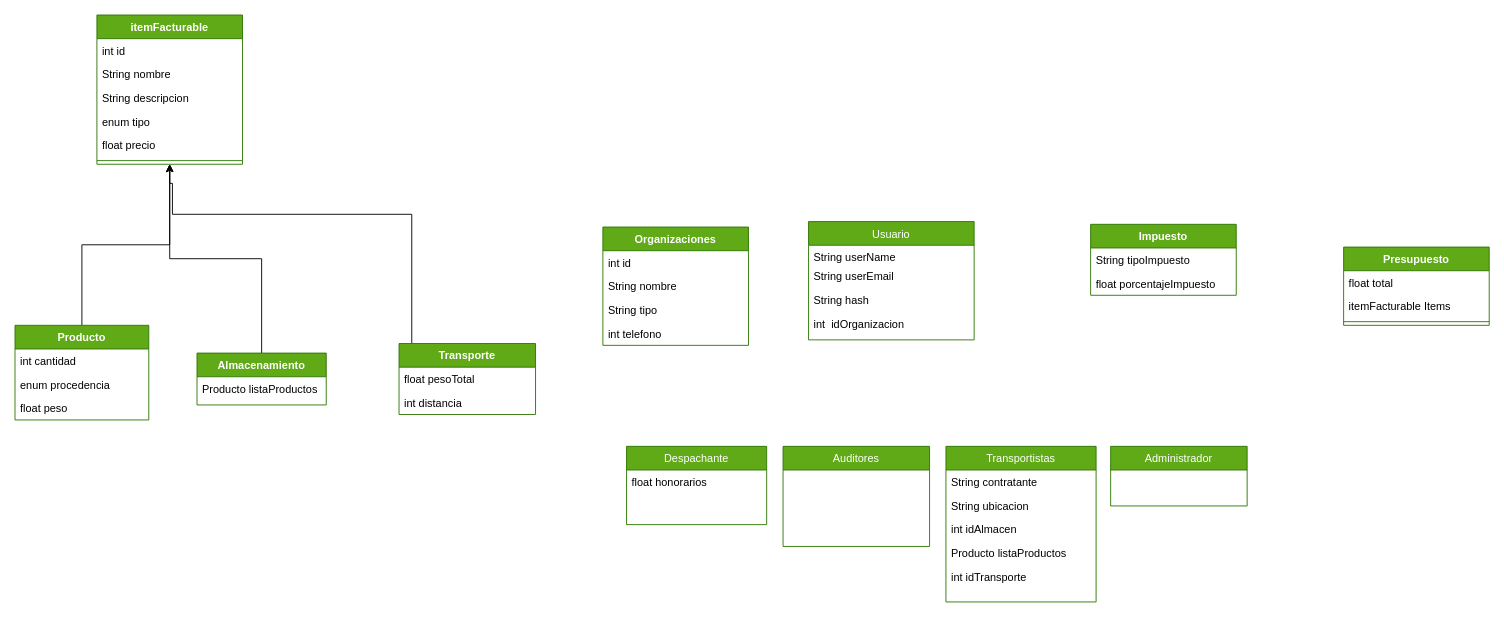
Earlier version of the draw.io diagram Copia de Diagram.drawio (danusitacm/taller-git-2022). Source tidied: cells renumbered, new cells numbered last; positions are measured from the earlier drawing's top-left corner, leaving out a move shared by most shapes. Both pictures are drawn from the tidied source at 91%, with x=0, y=0 at pixel (15, 15).
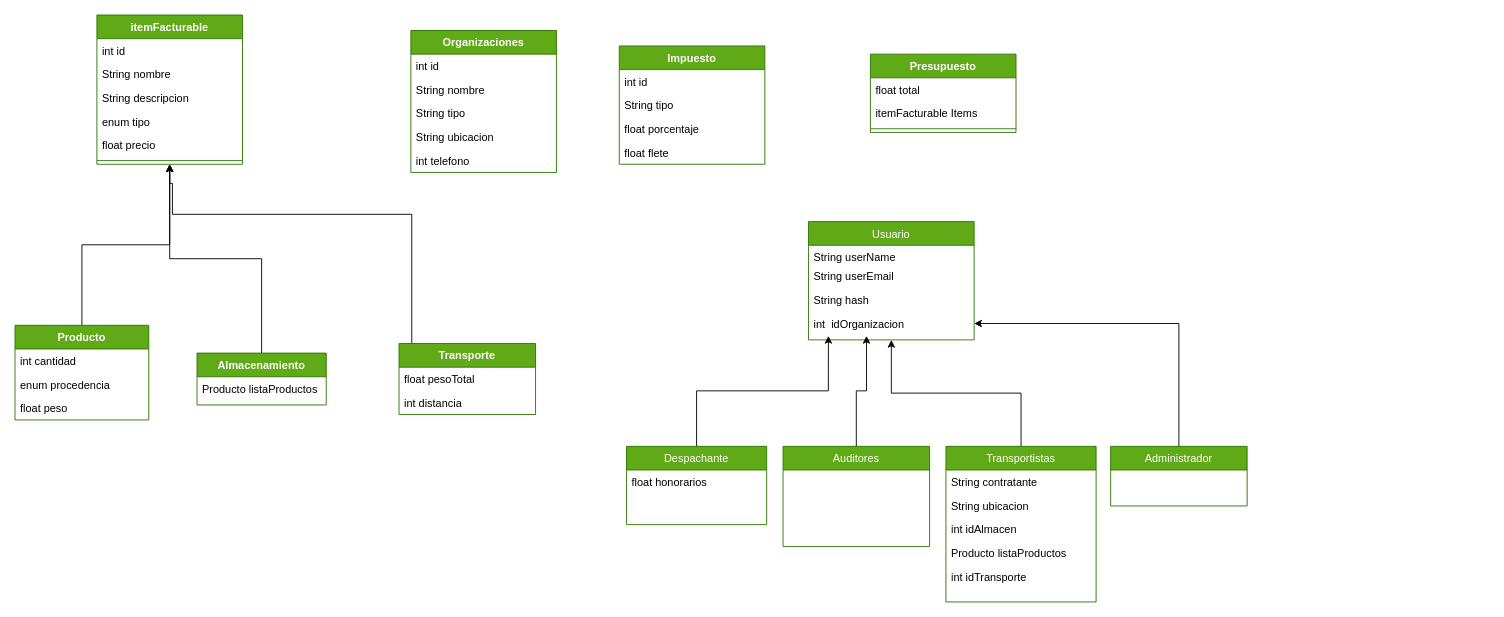
Above is the later version.

The change refers to these unchanged cells:
```xml
<mxCell id="2" value="Usuario" style="swimlane;fontStyle=0;align=center;verticalAlign=top;horizontal=1;startSize=26;rounded=0;shadow=0;strokeWidth=1;fillColor=#60a917;strokeColor=#2D7600;fontColor=#ffffff;" parent="1" vertex="1">
  <mxGeometry x="872" y="227" width="182" height="130" as="geometry" />
</mxCell>
<mxCell id="6" value="int  idOrganizacion" style="text;strokeColor=none;fillColor=none;align=left;verticalAlign=top;spacingLeft=4;spacingRight=4;overflow=hidden;points=[[0,0.5],[1,0.5]];portConstraint=eastwest;" parent="2" vertex="1">
  <mxGeometry y="99" width="182" height="26" as="geometry" />
</mxCell>
<mxCell id="7" value="Despachante" style="swimlane;fontStyle=0;align=center;verticalAlign=top;horizontal=1;startSize=26;rounded=0;shadow=0;strokeWidth=1;fillColor=#60a917;strokeColor=#2D7600;fontColor=#ffffff;" parent="1" vertex="1">
  <mxGeometry x="672" y="474" width="154" height="86" as="geometry" />
</mxCell>
<mxCell id="9" value="Auditores" style="swimlane;fontStyle=0;align=center;verticalAlign=top;horizontal=1;startSize=26;rounded=0;shadow=0;strokeWidth=1;fillColor=#60a917;strokeColor=#2D7600;fontColor=#ffffff;" parent="1" vertex="1">
  <mxGeometry x="844" y="474" width="161" height="110" as="geometry" />
</mxCell>
<mxCell id="10" value="Transportistas&#10;" style="swimlane;fontStyle=0;align=center;verticalAlign=top;horizontal=1;startSize=26;rounded=0;shadow=0;strokeWidth=1;fillColor=#60a917;strokeColor=#2D7600;fontColor=#ffffff;" parent="1" vertex="1">
  <mxGeometry x="1023" y="474" width="165" height="171" as="geometry" />
</mxCell>
<mxCell id="16" value="Administrador" style="swimlane;fontStyle=0;align=center;verticalAlign=top;horizontal=1;startSize=26;rounded=0;shadow=0;strokeWidth=1;fillColor=#60a917;strokeColor=#2D7600;fontColor=#ffffff;" parent="1" vertex="1">
  <mxGeometry x="1204" y="474" width="150" height="65.5" as="geometry" />
</mxCell>
```

The edit, as a diff of the source:
```diff
@@
+    <mxCell id="48" style="edgeStyle=orthogonalEdgeStyle;rounded=0;jettySize=auto;html=1;entryX=0.12;entryY=1.023;entryDx=0;entryDy=0;entryPerimeter=0;" parent="1" edge="1" source="7" target="6">
+      <mxGeometry relative="1" as="geometry" />
+    </mxCell>
@@
+    <mxCell id="49" style="edgeStyle=orthogonalEdgeStyle;rounded=0;jettySize=auto;html=1;entryX=0.35;entryY=1.023;entryDx=0;entryDy=0;entryPerimeter=0;" parent="1" edge="1" source="9" target="6">
+      <mxGeometry relative="1" as="geometry" />
+    </mxCell>
@@
+    <mxCell id="50" style="edgeStyle=orthogonalEdgeStyle;rounded=0;jettySize=auto;html=1;entryX=0.5;entryY=1;entryDx=0;entryDy=0;" parent="1" edge="1" source="10" target="2">
+      <mxGeometry relative="1" as="geometry" />
+    </mxCell>
@@
+    <mxCell id="51" style="edgeStyle=orthogonalEdgeStyle;rounded=0;jettySize=auto;html=1;" parent="1" edge="1" source="16" target="6">
+      <mxGeometry relative="1" as="geometry" />
+    </mxCell>
@@
     <mxCell id="33" value="Impuesto" style="swimlane;fontStyle=1;align=center;verticalAlign=top;horizontal=1;startSize=26;fillColor=#60a917;fontColor=#ffffff;strokeColor=#2D7600;" parent="1" vertex="1">
-      <mxGeometry x="1182" y="230" width="160" height="78" as="geometry" />
+      <mxGeometry x="664" y="34" width="160" height="130" as="geometry" />
     </mxCell>
+    <mxCell id="52" value="int id" style="text;strokeColor=none;fillColor=none;align=left;verticalAlign=top;spacingLeft=4;spacingRight=4;overflow=hidden;" parent="33" vertex="1">
+      <mxGeometry y="26" width="160" height="26" as="geometry" />
+    </mxCell>
-    <mxCell id="34" value="String tipoImpuesto" style="text;strokeColor=none;fillColor=none;align=left;verticalAlign=top;spacingLeft=4;spacingRight=4;overflow=hidden;" parent="33" vertex="1">
-      <mxGeometry y="26" width="160" height="26" as="geometry" />
+    <mxCell id="34" value="String tipo" style="text;strokeColor=none;fillColor=none;align=left;verticalAlign=top;spacingLeft=4;spacingRight=4;overflow=hidden;" parent="33" vertex="1">
+      <mxGeometry y="52" width="160" height="26" as="geometry" />
     </mxCell>
-    <mxCell id="35" value="float porcentajeImpuesto" style="text;strokeColor=none;fillColor=none;align=left;verticalAlign=top;spacingLeft=4;spacingRight=4;overflow=hidden;" parent="33" vertex="1">
-      <mxGeometry y="52" width="160" height="26" as="geometry" />
+    <mxCell id="35" value="float porcentaje" style="text;strokeColor=none;fillColor=none;align=left;verticalAlign=top;spacingLeft=4;spacingRight=4;overflow=hidden;" parent="33" vertex="1">
+      <mxGeometry y="78" width="160" height="26" as="geometry" />
     </mxCell>
+    <mxCell id="53" value="float flete" style="text;strokeColor=none;fillColor=none;align=left;verticalAlign=top;spacingLeft=4;spacingRight=4;overflow=hidden;" parent="33" vertex="1">
+      <mxGeometry y="104" width="160" height="26" as="geometry" />
+    </mxCell>
@@
     <mxCell id="39" value="Presupuesto" style="swimlane;fontStyle=1;align=center;verticalAlign=top;horizontal=1;startSize=26;fillColor=#60a917;fontColor=#ffffff;strokeColor=#2D7600;" parent="1" vertex="1">
-      <mxGeometry x="1460" y="255" width="160" height="86" as="geometry" />
+      <mxGeometry x="940" y="43" width="160" height="86" as="geometry" />
     </mxCell>
@@
     <mxCell id="43" value="Organizaciones" style="swimlane;fontStyle=1;align=center;verticalAlign=top;horizontal=1;startSize=26;fillColor=#60a917;fontColor=#ffffff;strokeColor=#2D7600;" parent="1" vertex="1">
-      <mxGeometry x="646" y="233" width="160" height="130" as="geometry" />
+      <mxGeometry x="435" y="17" width="160" height="156" as="geometry" />
     </mxCell>
@@
+    <mxCell id="54" value="String ubicacion" style="text;strokeColor=none;fillColor=none;align=left;verticalAlign=top;spacingLeft=4;spacingRight=4;overflow=hidden;" parent="43" vertex="1">
+      <mxGeometry y="104" width="160" height="26" as="geometry" />
+    </mxCell>
     <mxCell id="47" value="int telefono " style="text;strokeColor=none;fillColor=none;align=left;verticalAlign=top;spacingLeft=4;spacingRight=4;overflow=hidden;" parent="43" vertex="1">
-      <mxGeometry y="104" width="160" height="26" as="geometry" />
+      <mxGeometry y="130" width="160" height="26" as="geometry" />
     </mxCell>
```
